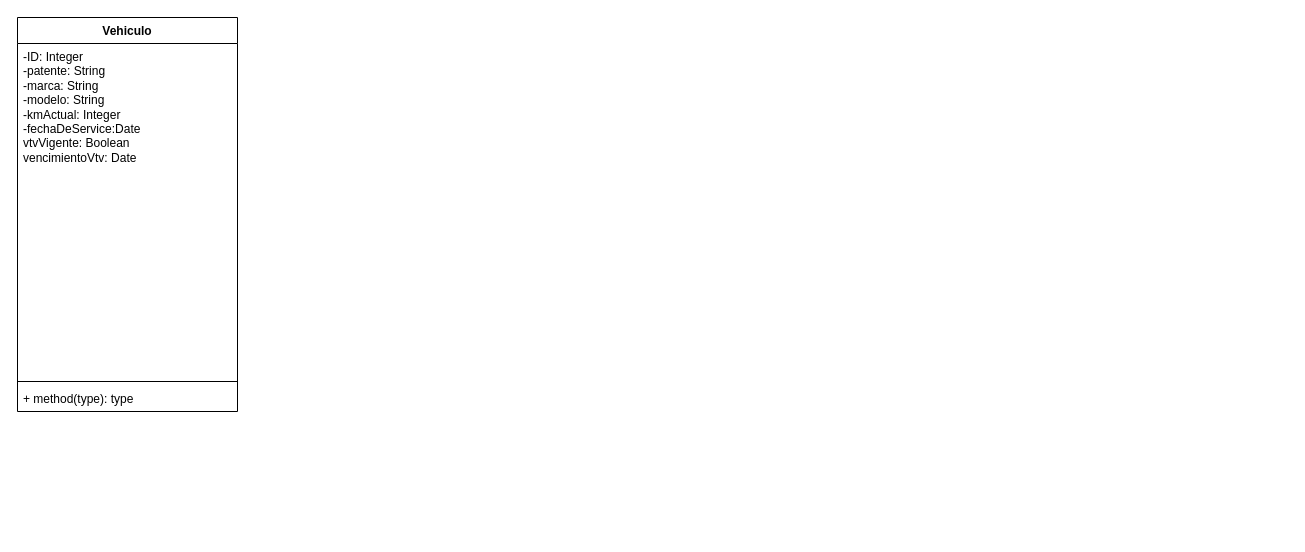
This is UML.drawio from EliasDolenz/gestorDeVehiculosEmpresariales, a draw.io file, before an edit. Source tidied: cells renumbered, new cells numbered last; positions are measured from the earlier drawing's top-left corner, leaving out a move shared by most shapes. Both pictures are drawn from the tidied source at 100%, with x=0, y=0 at pixel (17, 17).
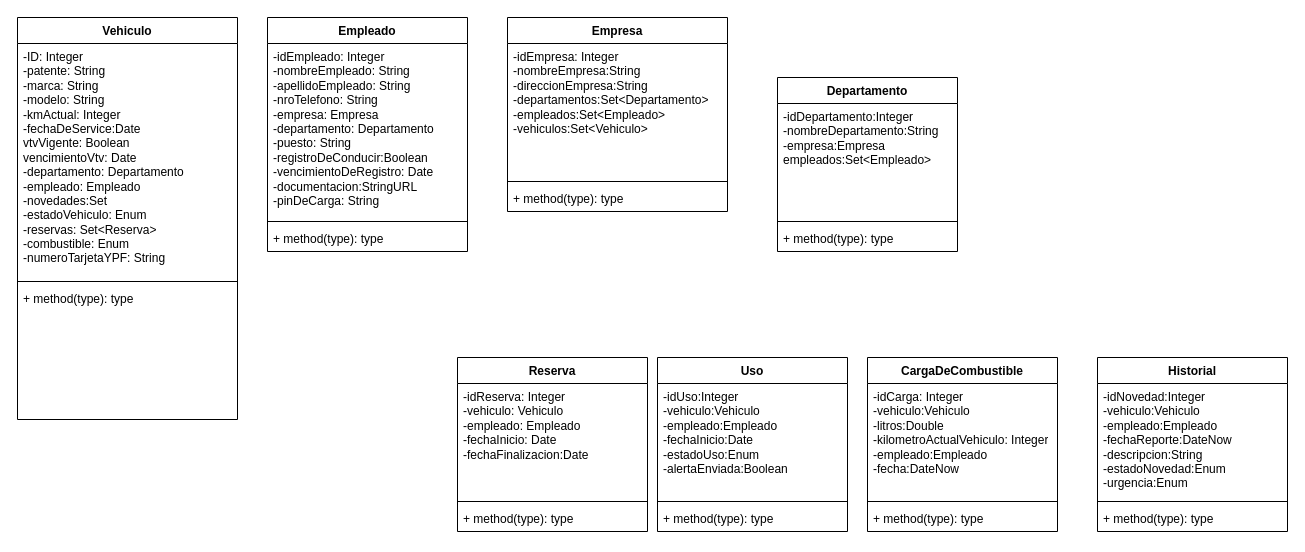
The same page after the edit.

Commit message:
Creacion De Entidades

What changed in the source:
```diff
@@
     <mxCell id="2" value="Vehiculo" style="swimlane;fontStyle=1;align=center;verticalAlign=top;horizontal=1;startSize=26;whiteSpace=wrap;html=1;" parent="1" vertex="1">
-      <mxGeometry width="220" height="394" as="geometry" />
+      <mxGeometry width="220" height="402" as="geometry" />
     </mxCell>
-    <mxCell id="3" value="&lt;div&gt;-ID: Integer&lt;/div&gt;-patente: String&lt;div&gt;-marca: String&lt;/div&gt;&lt;div&gt;-modelo: String&lt;/div&gt;&lt;div&gt;-kmActual: Integer&lt;/div&gt;&lt;div&gt;-fechaDeService:Date&lt;/div&gt;&lt;div&gt;vtvVigente: Boolean&lt;/div&gt;&lt;div&gt;vencimientoVtv: Date&lt;/div&gt;&lt;div&gt;&lt;br&gt;&lt;/div&gt;&lt;div&gt;&lt;br&gt;&lt;/div&gt;" style="text;strokeColor=none;fillColor=none;align=left;verticalAlign=top;spacingLeft=4;spacingRight=4;overflow=hidden;whiteSpace=wrap;html=1;" parent="2" vertex="1">
-      <mxGeometry y="26" width="220" height="334" as="geometry" />
+    <mxCell id="3" value="&lt;div&gt;-ID: Integer&lt;/div&gt;-patente: String&lt;div&gt;-marca: String&lt;/div&gt;&lt;div&gt;-modelo: String&lt;/div&gt;&lt;div&gt;-kmActual: Integer&lt;/div&gt;&lt;div&gt;-fechaDeService:Date&lt;/div&gt;&lt;div&gt;vtvVigente: Boolean&lt;/div&gt;&lt;div&gt;vencimientoVtv: Date&lt;/div&gt;&lt;div&gt;-departamento: Departamento&lt;/div&gt;&lt;div&gt;-empleado: Empleado&lt;/div&gt;&lt;div&gt;-novedades:Set&lt;/div&gt;&lt;div&gt;-estadoVehiculo: Enum&lt;/div&gt;&lt;div&gt;-reservas: Set&amp;lt;Reserva&amp;gt;&lt;/div&gt;&lt;div&gt;-combustible: Enum&lt;/div&gt;&lt;div&gt;-numeroTarjetaYPF: String&lt;/div&gt;&lt;div&gt;&lt;br&gt;&lt;/div&gt;&lt;div&gt;&lt;br&gt;&lt;/div&gt;" style="text;strokeColor=none;fillColor=none;align=left;verticalAlign=top;spacingLeft=4;spacingRight=4;overflow=hidden;whiteSpace=wrap;html=1;" parent="2" vertex="1">
+      <mxGeometry y="26" width="220" height="234" as="geometry" />
     </mxCell>
     <mxCell id="4" style="line;strokeWidth=1;fillColor=none;align=left;verticalAlign=middle;spacingTop=-1;spacingLeft=3;spacingRight=3;labelPosition=right;strokeColor=inherit;" parent="2" vertex="1">
-      <mxGeometry y="360" width="220" height="8" as="geometry" />
+      <mxGeometry y="260" width="220" height="8" as="geometry" />
     </mxCell>
     <mxCell id="5" value="+ method(type): type" style="text;strokeColor=none;fillColor=none;align=left;verticalAlign=top;spacingLeft=4;spacingRight=4;overflow=hidden;whiteSpace=wrap;html=1;" parent="2" vertex="1">
-      <mxGeometry y="368" width="220" height="26" as="geometry" />
+      <mxGeometry y="268" width="220" height="134" as="geometry" />
     </mxCell>
+    <mxCell id="6" value="Empleado" style="swimlane;fontStyle=1;align=center;verticalAlign=top;horizontal=1;startSize=26;whiteSpace=wrap;html=1;" parent="1" vertex="1">
+      <mxGeometry x="250" width="200" height="234" as="geometry" />
+    </mxCell>
+    <mxCell id="7" value="-idEmpleado: Integer&lt;div&gt;-nombreEmpleado: String&lt;/div&gt;&lt;div&gt;-apellidoEmpleado: String&lt;/div&gt;&lt;div&gt;-nroTelefono: String&lt;/div&gt;&lt;div&gt;-empresa: Empresa&lt;/div&gt;&lt;div&gt;-departamento: Departamento&lt;/div&gt;&lt;div&gt;-puesto: String&lt;/div&gt;&lt;div&gt;-registroDeConducir:Boolean&lt;/div&gt;&lt;div&gt;-vencimientoDeRegistro: Date&lt;/div&gt;&lt;div&gt;-documentacion:StringURL&lt;/div&gt;&lt;div&gt;-pinDeCarga: String&lt;/div&gt;" style="text;strokeColor=none;fillColor=none;align=left;verticalAlign=top;spacingLeft=4;spacingRight=4;overflow=hidden;whiteSpace=wrap;html=1;" parent="6" vertex="1">
+      <mxGeometry y="26" width="200" height="174" as="geometry" />
+    </mxCell>
+    <mxCell id="8" style="line;strokeWidth=1;fillColor=none;align=left;verticalAlign=middle;spacingTop=-1;spacingLeft=3;spacingRight=3;labelPosition=right;strokeColor=inherit;" parent="6" vertex="1">
+      <mxGeometry y="200" width="200" height="8" as="geometry" />
+    </mxCell>
+    <mxCell id="9" value="+ method(type): type" style="text;strokeColor=none;fillColor=none;align=left;verticalAlign=top;spacingLeft=4;spacingRight=4;overflow=hidden;whiteSpace=wrap;html=1;" parent="6" vertex="1">
+      <mxGeometry y="208" width="200" height="26" as="geometry" />
+    </mxCell>
+    <mxCell id="10" value="Empresa" style="swimlane;fontStyle=1;align=center;verticalAlign=top;horizontal=1;startSize=26;whiteSpace=wrap;html=1;" parent="1" vertex="1">
+      <mxGeometry x="490" width="220" height="194" as="geometry" />
+    </mxCell>
+    <mxCell id="11" value="-idEmpresa: Integer&lt;div&gt;-nombreEmpresa:String&lt;/div&gt;&lt;div&gt;-direccionEmpresa:String&lt;/div&gt;&lt;div&gt;-departamentos:Set&amp;lt;Departamento&amp;gt;&lt;/div&gt;&lt;div&gt;-empleados:Set&amp;lt;Empleado&amp;gt;&lt;/div&gt;&lt;div&gt;-vehiculos:Set&amp;lt;Vehiculo&amp;gt;&lt;/div&gt;" style="text;strokeColor=none;fillColor=none;align=left;verticalAlign=top;spacingLeft=4;spacingRight=4;overflow=hidden;whiteSpace=wrap;html=1;" parent="10" vertex="1">
+      <mxGeometry y="26" width="220" height="134" as="geometry" />
+    </mxCell>
+    <mxCell id="12" style="line;strokeWidth=1;fillColor=none;align=left;verticalAlign=middle;spacingTop=-1;spacingLeft=3;spacingRight=3;labelPosition=right;strokeColor=inherit;" parent="10" vertex="1">
+      <mxGeometry y="160" width="220" height="8" as="geometry" />
+    </mxCell>
+    <mxCell id="13" value="+ method(type): type" style="text;strokeColor=none;fillColor=none;align=left;verticalAlign=top;spacingLeft=4;spacingRight=4;overflow=hidden;whiteSpace=wrap;html=1;" parent="10" vertex="1">
+      <mxGeometry y="168" width="220" height="26" as="geometry" />
+    </mxCell>
+    <mxCell id="14" value="Departamento" style="swimlane;fontStyle=1;align=center;verticalAlign=top;horizontal=1;startSize=26;whiteSpace=wrap;html=1;" parent="1" vertex="1">
+      <mxGeometry x="760" y="60" width="180" height="174" as="geometry" />
+    </mxCell>
+    <mxCell id="15" value="-idDepartamento:Integer&lt;div&gt;-nombreDepartamento:String&lt;/div&gt;&lt;div&gt;-empresa:Empresa&lt;/div&gt;&lt;div&gt;empleados:Set&amp;lt;Empleado&amp;gt;&lt;/div&gt;" style="text;strokeColor=none;fillColor=none;align=left;verticalAlign=top;spacingLeft=4;spacingRight=4;overflow=hidden;whiteSpace=wrap;html=1;" parent="14" vertex="1">
+      <mxGeometry y="26" width="180" height="114" as="geometry" />
+    </mxCell>
+    <mxCell id="16" style="line;strokeWidth=1;fillColor=none;align=left;verticalAlign=middle;spacingTop=-1;spacingLeft=3;spacingRight=3;labelPosition=right;strokeColor=inherit;" parent="14" vertex="1">
+      <mxGeometry y="140" width="180" height="8" as="geometry" />
+    </mxCell>
+    <mxCell id="17" value="+ method(type): type" style="text;strokeColor=none;fillColor=none;align=left;verticalAlign=top;spacingLeft=4;spacingRight=4;overflow=hidden;whiteSpace=wrap;html=1;" parent="14" vertex="1">
+      <mxGeometry y="148" width="180" height="26" as="geometry" />
+    </mxCell>
+    <mxCell id="18" value="Reserva" style="swimlane;fontStyle=1;align=center;verticalAlign=top;horizontal=1;startSize=26;whiteSpace=wrap;html=1;" parent="1" vertex="1">
+      <mxGeometry x="440" y="340" width="190" height="174" as="geometry" />
+    </mxCell>
+    <mxCell id="19" value="-idReserva: Integer&lt;div&gt;-vehiculo: Vehiculo&lt;/div&gt;&lt;div&gt;-empleado: Empleado&lt;/div&gt;&lt;div&gt;-fechaInicio: Date&lt;/div&gt;&lt;div&gt;-fechaFinalizacion:Date&lt;/div&gt;" style="text;strokeColor=none;fillColor=none;align=left;verticalAlign=top;spacingLeft=4;spacingRight=4;overflow=hidden;whiteSpace=wrap;html=1;" parent="18" vertex="1">
+      <mxGeometry y="26" width="190" height="114" as="geometry" />
+    </mxCell>
+    <mxCell id="20" style="line;strokeWidth=1;fillColor=none;align=left;verticalAlign=middle;spacingTop=-1;spacingLeft=3;spacingRight=3;labelPosition=right;strokeColor=inherit;" parent="18" vertex="1">
+      <mxGeometry y="140" width="190" height="8" as="geometry" />
+    </mxCell>
+    <mxCell id="21" value="+ method(type): type" style="text;strokeColor=none;fillColor=none;align=left;verticalAlign=top;spacingLeft=4;spacingRight=4;overflow=hidden;whiteSpace=wrap;html=1;" parent="18" vertex="1">
+      <mxGeometry y="148" width="190" height="26" as="geometry" />
+    </mxCell>
+    <mxCell id="22" value="Uso" style="swimlane;fontStyle=1;align=center;verticalAlign=top;horizontal=1;startSize=26;whiteSpace=wrap;html=1;" parent="1" vertex="1">
+      <mxGeometry x="640" y="340" width="190" height="174" as="geometry" />
+    </mxCell>
+    <mxCell id="23" value="-idUso:Integer&lt;div&gt;-vehiculo:Vehiculo&lt;/div&gt;&lt;div&gt;-empleado:Empleado&lt;/div&gt;&lt;div&gt;-fechaInicio:Date&lt;/div&gt;&lt;div&gt;-estadoUso:Enum&lt;/div&gt;&lt;div&gt;-alertaEnviada:Boolean&lt;/div&gt;" style="text;strokeColor=none;fillColor=none;align=left;verticalAlign=top;spacingLeft=4;spacingRight=4;overflow=hidden;whiteSpace=wrap;html=1;" parent="22" vertex="1">
+      <mxGeometry y="26" width="190" height="114" as="geometry" />
+    </mxCell>
+    <mxCell id="24" style="line;strokeWidth=1;fillColor=none;align=left;verticalAlign=middle;spacingTop=-1;spacingLeft=3;spacingRight=3;labelPosition=right;strokeColor=inherit;" parent="22" vertex="1">
+      <mxGeometry y="140" width="190" height="8" as="geometry" />
+    </mxCell>
+    <mxCell id="25" value="+ method(type): type" style="text;strokeColor=none;fillColor=none;align=left;verticalAlign=top;spacingLeft=4;spacingRight=4;overflow=hidden;whiteSpace=wrap;html=1;" parent="22" vertex="1">
+      <mxGeometry y="148" width="190" height="26" as="geometry" />
+    </mxCell>
+    <mxCell id="26" value="Historial" style="swimlane;fontStyle=1;align=center;verticalAlign=top;horizontal=1;startSize=26;whiteSpace=wrap;html=1;" parent="1" vertex="1">
+      <mxGeometry x="1080" y="340" width="190" height="174" as="geometry" />
+    </mxCell>
+    <mxCell id="27" value="-idNovedad:Integer&lt;div&gt;-vehiculo:Vehiculo&lt;/div&gt;&lt;div&gt;-empleado:Empleado&lt;/div&gt;&lt;div&gt;-fechaReporte:DateNow&lt;/div&gt;&lt;div&gt;-descripcion:String&lt;/div&gt;&lt;div&gt;-estadoNovedad:Enum&lt;/div&gt;&lt;div&gt;-urgencia:Enum&lt;/div&gt;" style="text;strokeColor=none;fillColor=none;align=left;verticalAlign=top;spacingLeft=4;spacingRight=4;overflow=hidden;whiteSpace=wrap;html=1;" parent="26" vertex="1">
+      <mxGeometry y="26" width="190" height="114" as="geometry" />
+    </mxCell>
+    <mxCell id="28" style="line;strokeWidth=1;fillColor=none;align=left;verticalAlign=middle;spacingTop=-1;spacingLeft=3;spacingRight=3;labelPosition=right;strokeColor=inherit;" parent="26" vertex="1">
+      <mxGeometry y="140" width="190" height="8" as="geometry" />
+    </mxCell>
+    <mxCell id="29" value="+ method(type): type" style="text;strokeColor=none;fillColor=none;align=left;verticalAlign=top;spacingLeft=4;spacingRight=4;overflow=hidden;whiteSpace=wrap;html=1;" parent="26" vertex="1">
+      <mxGeometry y="148" width="190" height="26" as="geometry" />
+    </mxCell>
+    <mxCell id="30" value="CargaDeCombustible" style="swimlane;fontStyle=1;align=center;verticalAlign=top;horizontal=1;startSize=26;whiteSpace=wrap;html=1;" parent="1" vertex="1">
+      <mxGeometry x="850" y="340" width="190" height="174" as="geometry" />
+    </mxCell>
+    <mxCell id="31" value="-idCarga: Integer&lt;div&gt;-vehiculo:Vehiculo&lt;/div&gt;&lt;div&gt;-litros:Double&lt;/div&gt;&lt;div&gt;-kilometroActualVehiculo: Integer&lt;/div&gt;&lt;div&gt;-empleado:Empleado&lt;/div&gt;&lt;div&gt;-fecha:DateNow&lt;/div&gt;" style="text;strokeColor=none;fillColor=none;align=left;verticalAlign=top;spacingLeft=4;spacingRight=4;overflow=hidden;whiteSpace=wrap;html=1;" parent="30" vertex="1">
+      <mxGeometry y="26" width="190" height="114" as="geometry" />
+    </mxCell>
+    <mxCell id="32" style="line;strokeWidth=1;fillColor=none;align=left;verticalAlign=middle;spacingTop=-1;spacingLeft=3;spacingRight=3;labelPosition=right;strokeColor=inherit;" parent="30" vertex="1">
+      <mxGeometry y="140" width="190" height="8" as="geometry" />
+    </mxCell>
+    <mxCell id="33" value="+ method(type): type" style="text;strokeColor=none;fillColor=none;align=left;verticalAlign=top;spacingLeft=4;spacingRight=4;overflow=hidden;whiteSpace=wrap;html=1;" parent="30" vertex="1">
+      <mxGeometry y="148" width="190" height="26" as="geometry" />
+    </mxCell>
```
